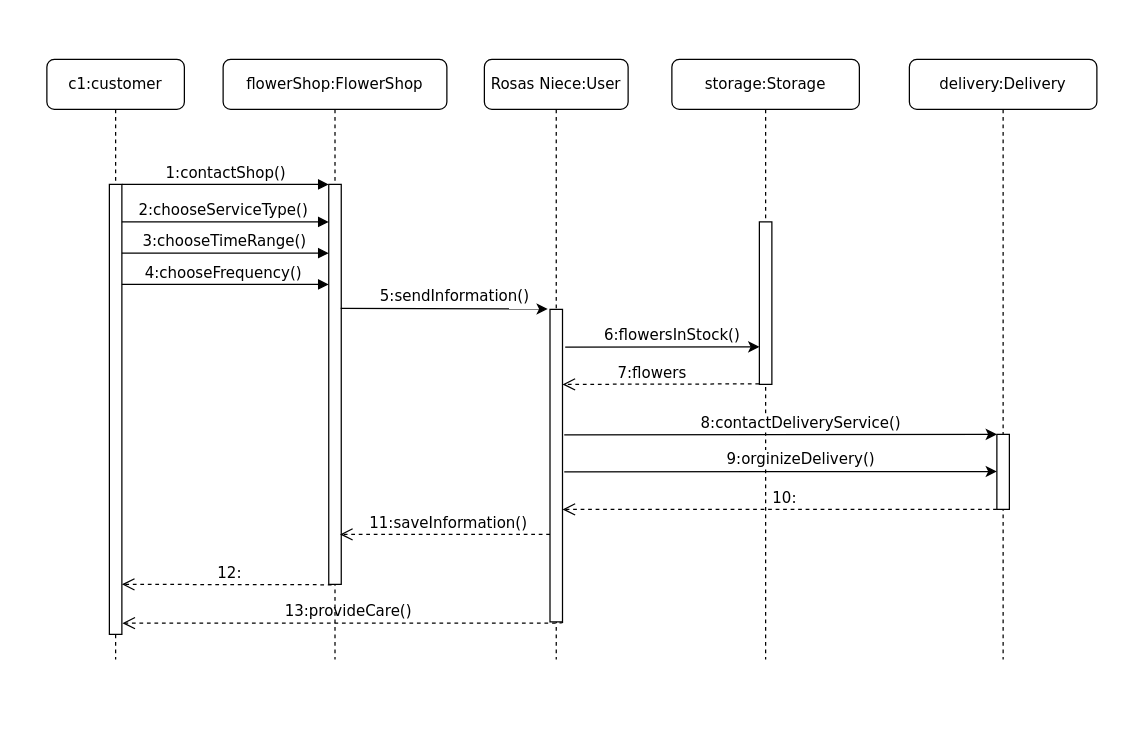
Before: src/main/asciidoc/models/analysis/sequencediagram302.drawio in mrEkso/Flower-Shop-Management-System, a draw.io diagram. Source tidied: cells renumbered, new cells numbered last; positions are measured from the earlier drawing's top-left corner, leaving out a move shared by most shapes. Both pictures are drawn from the tidied source at 125%, with x=0, y=0 at pixel (46, 59).
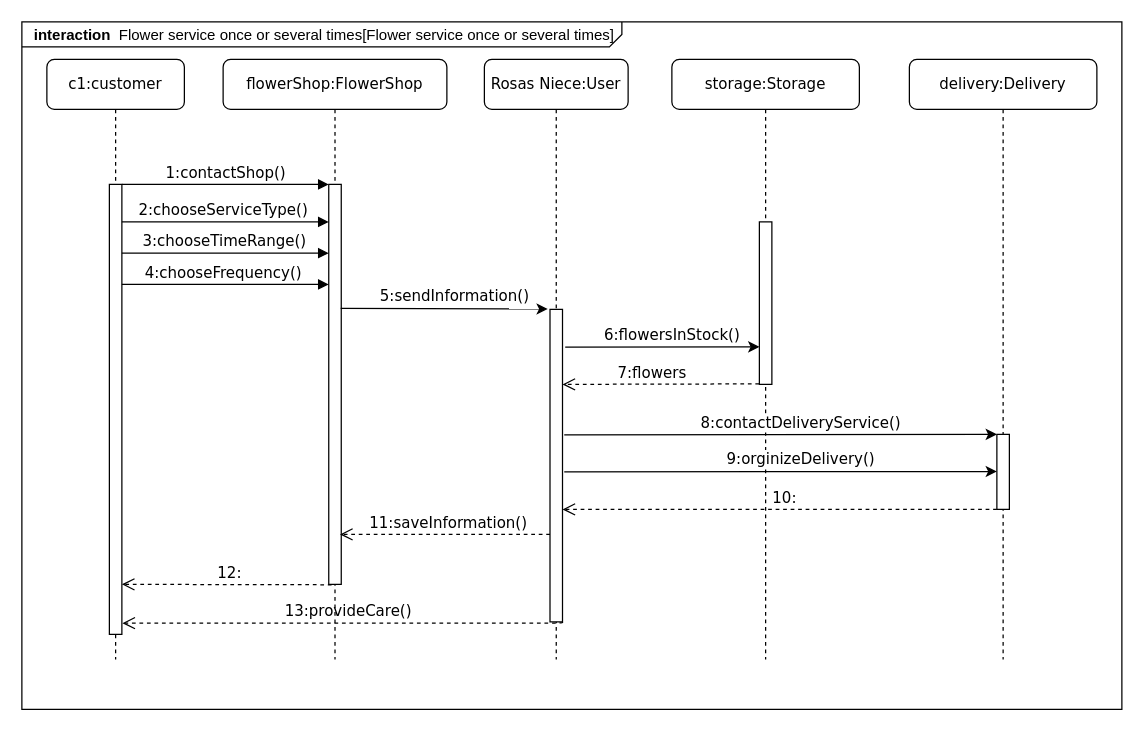
After the change.

Change to the diagram source:
```diff
@@
+    <mxCell id="29" value="&lt;p style=&quot;margin:0px;margin-top:4px;margin-left:10px;text-align:left;&quot;&gt;&lt;b&gt;interaction&amp;nbsp;&lt;/b&gt; Flower service once or several times[Flower service once or several times]&lt;/p&gt;" style="html=1;shape=mxgraph.sysml.package;align=left;spacingLeft=5;verticalAlign=top;spacingTop=-3;labelX=480.33;html=1;overflow=fill;" parent="1" vertex="1">
+      <mxGeometry x="-20" y="-30" width="880" height="550" as="geometry" />
+    </mxCell>
```
